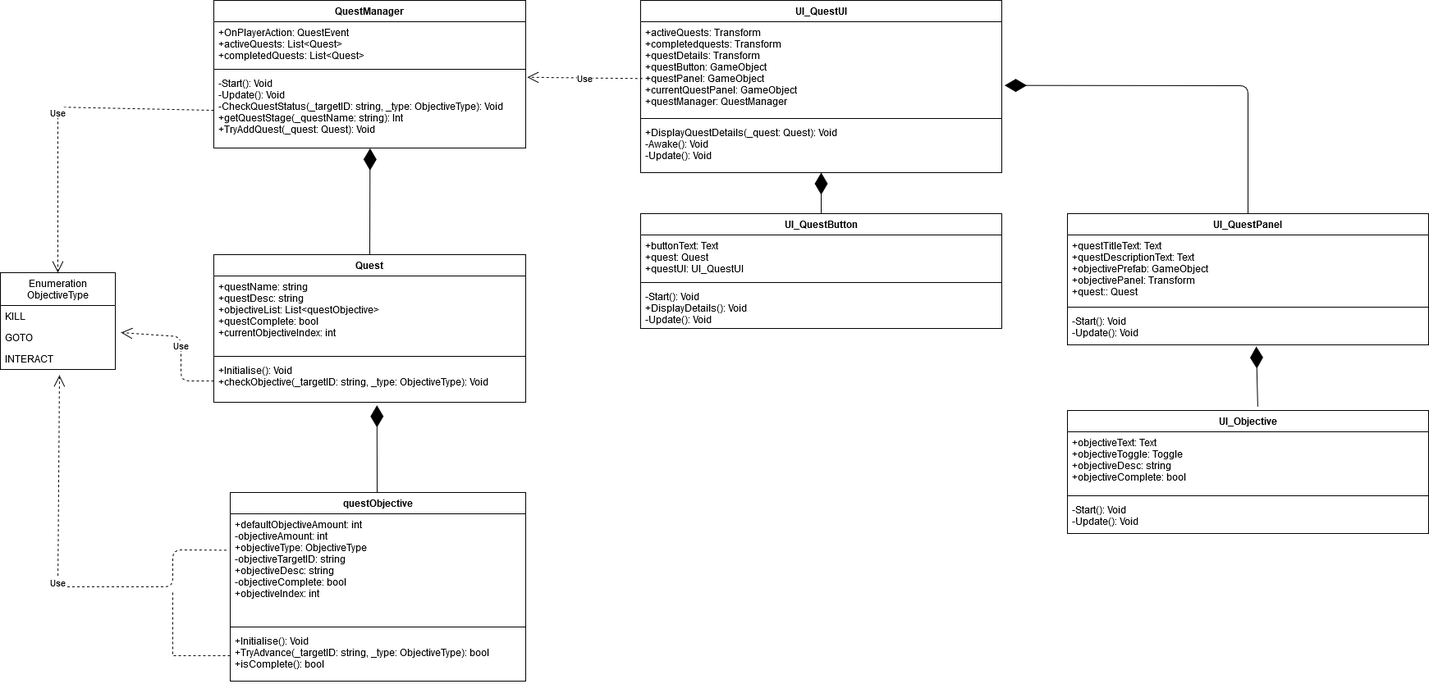
This is UML_Shards_of_redemption.png from Nerys-Thamm/MDS-work, a draw.io export, as it was before one commit. Source tidied: cells renumbered, new cells last; positions are measured from the earlier drawing's top-left corner, leaving out a move shared by most shapes.
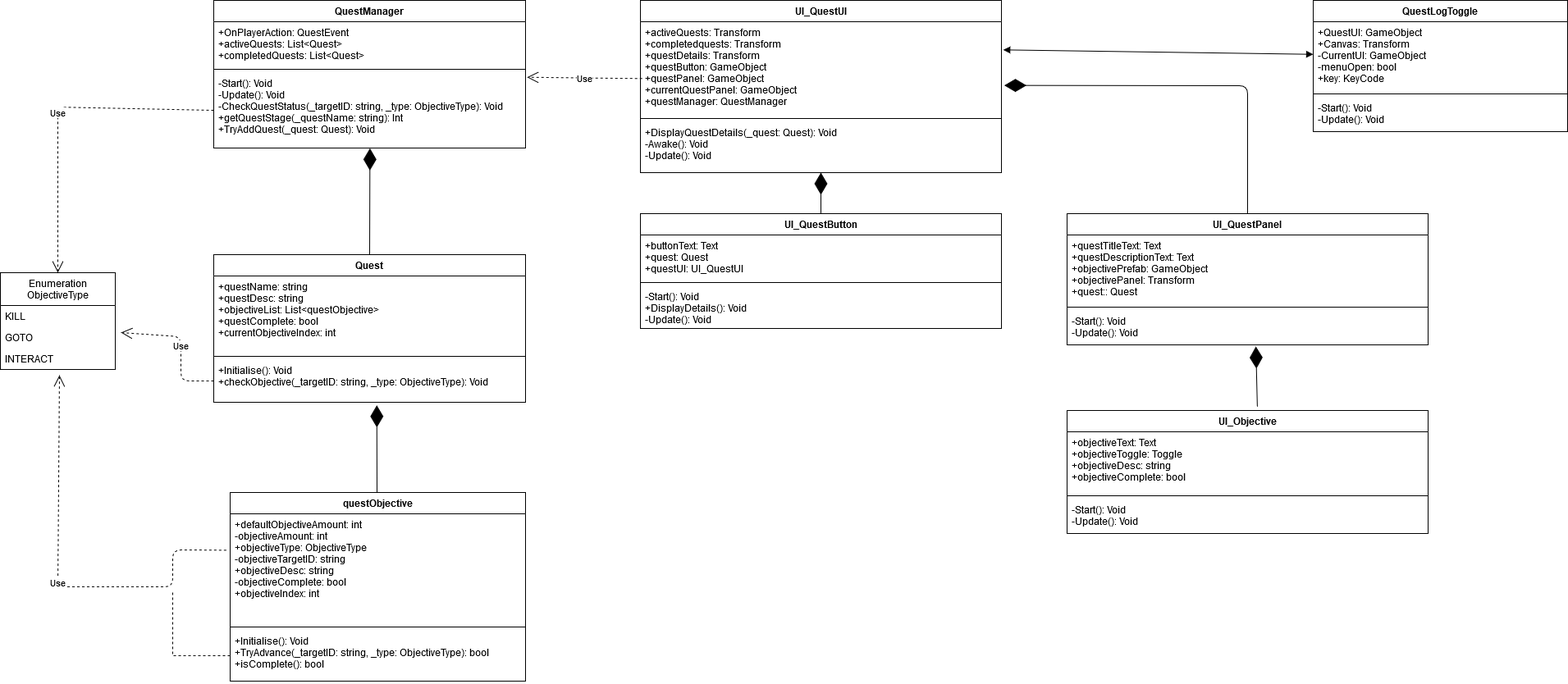
After the change.

What changed in the source:
```diff
@@ -152,5 +152,20 @@
     <mxCell id="43" value="Use" style="endArrow=open;endSize=12;dashed=1;html=1;entryX=1.005;entryY=0.062;entryDx=0;entryDy=0;entryPerimeter=0;exitX=0.005;exitY=0.608;exitDx=0;exitDy=0;exitPerimeter=0;" parent="1" edge="1" source="25" target="9">
       <mxGeometry relative="1" as="geometry" />
     </mxCell>
+    <mxCell id="44" value="QuestLogToggle" style="swimlane;fontStyle=1;align=center;verticalAlign=top;horizontal=1;startSize=26;fillColor=none;html=0;" parent="1" vertex="1">
+      <mxGeometry x="1600" width="310" height="160" as="geometry" />
+    </mxCell>
+    <mxCell id="45" value="+QuestUI: GameObject&#10;+Canvas: Transform&#10;-CurrentUI: GameObject&#10;-menuOpen: bool&#10;+key: KeyCode&#10;" style="text;strokeColor=none;fillColor=none;align=left;verticalAlign=top;spacingLeft=4;spacingRight=4;overflow=hidden;points=[[0,0.5],[1,0.5]];portConstraint=eastwest;" parent="44" vertex="1">
+      <mxGeometry y="26" width="310" height="84" as="geometry" />
+    </mxCell>
+    <mxCell id="46" style="line;strokeWidth=1;fillColor=none;align=left;verticalAlign=middle;spacingTop=-1;spacingLeft=3;spacingRight=3;labelPosition=right;" parent="44" vertex="1">
+      <mxGeometry y="110" width="310" height="8" as="geometry" />
+    </mxCell>
+    <mxCell id="47" value="-Start(): Void&#10;-Update(): Void&#10;" style="text;strokeColor=none;fillColor=none;align=left;verticalAlign=top;spacingLeft=4;spacingRight=4;overflow=hidden;" parent="44" vertex="1">
+      <mxGeometry y="118" width="310" height="42" as="geometry" />
+    </mxCell>
+    <mxCell id="48" style="endArrow=block;startArrow=block;endFill=1;startFill=1;html=1;exitX=1.005;exitY=0.301;exitDx=0;exitDy=0;exitPerimeter=0;" parent="1" edge="1" source="25" target="45">
+      <mxGeometry relative="1" as="geometry" />
+    </mxCell>
   </root>
 </mxGraphModel>
```
